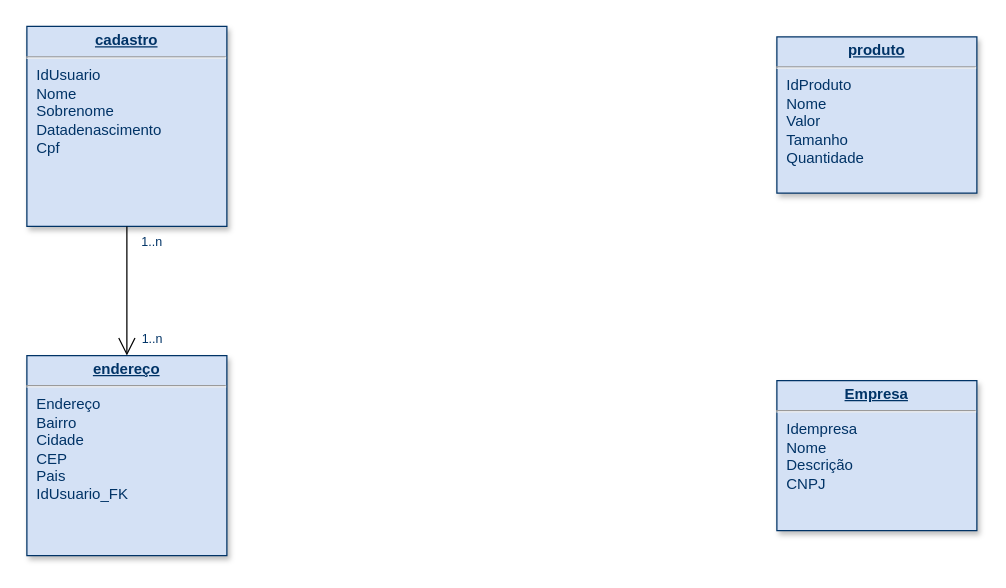
jhonatalimamacedo/supertennisbd keeps this draw.io diagram as desenho/supertennis.drawio. Above is the earlier version. Source tidied: cells renumbered, new cells numbered last; positions are measured from the earlier drawing's top-left corner, leaving out a move shared by most shapes. Both pictures are drawn from the tidied source at 125%, with x=0, y=0 at pixel (26, 26).
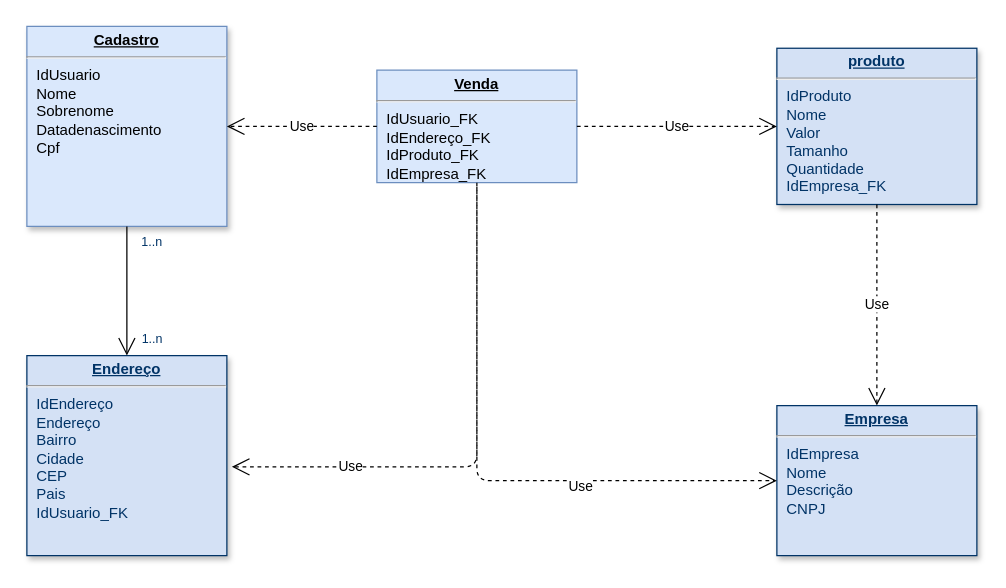
After the change.

The edit, as a diff of the source:
```diff
@@
 <mxGraphModel>
   <root>
     <mxCell id="0" />
     <mxCell id="1" parent="0" />
-    <mxCell id="2" value="&lt;p style=&quot;margin: 0px ; margin-top: 4px ; text-align: center ; text-decoration: underline&quot;&gt;&lt;b&gt;Empresa&lt;/b&gt;&lt;/p&gt;&lt;hr&gt;&lt;p style=&quot;margin: 0px ; margin-left: 8px&quot;&gt;Idempresa&lt;br&gt;Nome&lt;/p&gt;&lt;p style=&quot;margin: 0px ; margin-left: 8px&quot;&gt;Descrição&lt;/p&gt;&lt;p style=&quot;margin: 0px ; margin-left: 8px&quot;&gt;CNPJ&lt;/p&gt;" style="verticalAlign=top;align=left;overflow=fill;fontSize=12;fontFamily=Helvetica;html=1;strokeColor=#003366;shadow=1;fillColor=#D4E1F5;fontColor=#003366;" parent="1" vertex="1">
-      <mxGeometry x="600" y="283" width="160" height="120" as="geometry" />
+    <mxCell id="2" value="&lt;p style=&quot;margin: 0px ; margin-top: 4px ; text-align: center ; text-decoration: underline&quot;&gt;&lt;b&gt;Empresa&lt;/b&gt;&lt;/p&gt;&lt;hr&gt;&lt;p style=&quot;margin: 0px ; margin-left: 8px&quot;&gt;IdEmpresa&lt;br&gt;Nome&lt;/p&gt;&lt;p style=&quot;margin: 0px ; margin-left: 8px&quot;&gt;Descrição&lt;/p&gt;&lt;p style=&quot;margin: 0px ; margin-left: 8px&quot;&gt;CNPJ&lt;/p&gt;" style="verticalAlign=top;align=left;overflow=fill;fontSize=12;fontFamily=Helvetica;html=1;strokeColor=#003366;shadow=1;fillColor=#D4E1F5;fontColor=#003366;" parent="1" vertex="1">
+      <mxGeometry x="600" y="303" width="160" height="120" as="geometry" />
     </mxCell>
-    <mxCell id="3" value="&lt;p style=&quot;margin: 0px ; margin-top: 4px ; text-align: center ; text-decoration: underline&quot;&gt;&lt;strong&gt;cadastro&lt;/strong&gt;&lt;/p&gt;&lt;hr&gt;&lt;p style=&quot;margin: 0px ; margin-left: 8px&quot;&gt;IdUsuario&lt;/p&gt;&lt;p style=&quot;margin: 0px ; margin-left: 8px&quot;&gt;Nome&lt;/p&gt;&lt;p style=&quot;margin: 0px ; margin-left: 8px&quot;&gt;Sobrenome&lt;/p&gt;&lt;p style=&quot;margin: 0px ; margin-left: 8px&quot;&gt;Datadenascimento&lt;/p&gt;&lt;p style=&quot;margin: 0px ; margin-left: 8px&quot;&gt;Cpf&lt;/p&gt;&lt;p style=&quot;margin: 0px ; margin-left: 8px&quot;&gt;&lt;br&gt;&lt;/p&gt;" style="verticalAlign=top;align=left;overflow=fill;fontSize=12;fontFamily=Helvetica;html=1;strokeColor=#003366;shadow=1;fillColor=#D4E1F5;fontColor=#003366;" parent="1" vertex="1">
+    <mxCell id="3" value="&lt;p style=&quot;margin: 0px ; margin-top: 4px ; text-align: center ; text-decoration: underline&quot;&gt;&lt;strong&gt;Cadastro&lt;/strong&gt;&lt;/p&gt;&lt;hr&gt;&lt;p style=&quot;margin: 0px ; margin-left: 8px&quot;&gt;IdUsuario&lt;/p&gt;&lt;p style=&quot;margin: 0px ; margin-left: 8px&quot;&gt;Nome&lt;/p&gt;&lt;p style=&quot;margin: 0px ; margin-left: 8px&quot;&gt;Sobrenome&lt;/p&gt;&lt;p style=&quot;margin: 0px ; margin-left: 8px&quot;&gt;Datadenascimento&lt;/p&gt;&lt;p style=&quot;margin: 0px ; margin-left: 8px&quot;&gt;Cpf&lt;/p&gt;&lt;p style=&quot;margin: 0px ; margin-left: 8px&quot;&gt;&lt;br&gt;&lt;/p&gt;" style="verticalAlign=top;align=left;overflow=fill;fontSize=12;fontFamily=Helvetica;html=1;shadow=1;fillColor=#dae8fc;strokeColor=#6c8ebf;" parent="1" vertex="1">
       <mxGeometry y="-0.4" width="160" height="160" as="geometry" />
     </mxCell>
-    <mxCell id="4" value="&lt;p style=&quot;margin: 0px ; margin-top: 4px ; text-align: center ; text-decoration: underline&quot;&gt;&lt;b&gt;produto&lt;/b&gt;&lt;/p&gt;&lt;hr&gt;&lt;p style=&quot;margin: 0px ; margin-left: 8px&quot;&gt;IdProduto&lt;/p&gt;&lt;p style=&quot;margin: 0px ; margin-left: 8px&quot;&gt;Nome&lt;/p&gt;&lt;p style=&quot;margin: 0px ; margin-left: 8px&quot;&gt;Valor&lt;/p&gt;&lt;p style=&quot;margin: 0px ; margin-left: 8px&quot;&gt;Tamanho&lt;/p&gt;&lt;p style=&quot;margin: 0px ; margin-left: 8px&quot;&gt;Quantidade&lt;/p&gt;" style="verticalAlign=top;align=left;overflow=fill;fontSize=12;fontFamily=Helvetica;html=1;strokeColor=#003366;shadow=1;fillColor=#D4E1F5;fontColor=#003366;" parent="1" vertex="1">
-      <mxGeometry x="600" y="8" width="160" height="125" as="geometry" />
+    <mxCell id="4" value="&lt;p style=&quot;margin: 0px ; margin-top: 4px ; text-align: center ; text-decoration: underline&quot;&gt;&lt;b&gt;produto&lt;/b&gt;&lt;/p&gt;&lt;hr&gt;&lt;p style=&quot;margin: 0px ; margin-left: 8px&quot;&gt;IdProduto&lt;/p&gt;&lt;p style=&quot;margin: 0px ; margin-left: 8px&quot;&gt;Nome&lt;/p&gt;&lt;p style=&quot;margin: 0px ; margin-left: 8px&quot;&gt;Valor&lt;/p&gt;&lt;p style=&quot;margin: 0px ; margin-left: 8px&quot;&gt;Tamanho&lt;/p&gt;&lt;p style=&quot;margin: 0px ; margin-left: 8px&quot;&gt;Quantidade&lt;/p&gt;&lt;p style=&quot;margin: 0px ; margin-left: 8px&quot;&gt;IdEmpresa_FK&lt;/p&gt;" style="verticalAlign=top;align=left;overflow=fill;fontSize=12;fontFamily=Helvetica;html=1;strokeColor=#003366;shadow=1;fillColor=#D4E1F5;fontColor=#003366;" parent="1" vertex="1">
+      <mxGeometry x="600" y="17.1" width="160" height="125" as="geometry" />
     </mxCell>
-    <mxCell id="5" value="&lt;p style=&quot;margin: 0px ; margin-top: 4px ; text-align: center ; text-decoration: underline&quot;&gt;&lt;b&gt;endereço&lt;/b&gt;&lt;/p&gt;&lt;hr&gt;&lt;p style=&quot;margin: 0px ; margin-left: 8px&quot;&gt;Endereço&lt;/p&gt;&lt;p style=&quot;margin: 0px ; margin-left: 8px&quot;&gt;Bairro&lt;/p&gt;&lt;p style=&quot;margin: 0px ; margin-left: 8px&quot;&gt;Cidade&lt;/p&gt;&lt;p style=&quot;margin: 0px ; margin-left: 8px&quot;&gt;CEP&lt;/p&gt;&lt;p style=&quot;margin: 0px ; margin-left: 8px&quot;&gt;Pais&lt;/p&gt;&lt;p style=&quot;margin: 0px ; margin-left: 8px&quot;&gt;IdUsuario_FK&lt;/p&gt;&lt;p style=&quot;margin: 0px ; margin-left: 8px&quot;&gt;&lt;br&gt;&lt;/p&gt;" style="verticalAlign=top;align=left;overflow=fill;fontSize=12;fontFamily=Helvetica;html=1;strokeColor=#003366;shadow=1;fillColor=#D4E1F5;fontColor=#003366;" parent="1" vertex="1">
+    <mxCell id="5" value="&lt;p style=&quot;margin: 0px ; margin-top: 4px ; text-align: center ; text-decoration: underline&quot;&gt;&lt;b&gt;Endereço&lt;/b&gt;&lt;/p&gt;&lt;hr&gt;&lt;p style=&quot;margin: 0px ; margin-left: 8px&quot;&gt;IdEndereço&lt;/p&gt;&lt;p style=&quot;margin: 0px ; margin-left: 8px&quot;&gt;Endereço&lt;/p&gt;&lt;p style=&quot;margin: 0px ; margin-left: 8px&quot;&gt;Bairro&lt;/p&gt;&lt;p style=&quot;margin: 0px ; margin-left: 8px&quot;&gt;Cidade&lt;/p&gt;&lt;p style=&quot;margin: 0px ; margin-left: 8px&quot;&gt;CEP&lt;/p&gt;&lt;p style=&quot;margin: 0px ; margin-left: 8px&quot;&gt;Pais&lt;/p&gt;&lt;p style=&quot;margin: 0px ; margin-left: 8px&quot;&gt;IdUsuario_FK&lt;/p&gt;&lt;p style=&quot;margin: 0px ; margin-left: 8px&quot;&gt;&lt;br&gt;&lt;/p&gt;" style="verticalAlign=top;align=left;overflow=fill;fontSize=12;fontFamily=Helvetica;html=1;strokeColor=#003366;shadow=1;fillColor=#D4E1F5;fontColor=#003366;" parent="1" vertex="1">
       <mxGeometry y="263" width="160" height="160" as="geometry" />
     </mxCell>
     <mxCell id="6" style="endArrow=open;endSize=12;startArrow=none;startSize=14;startFill=0;edgeStyle=orthogonalEdgeStyle;rounded=0;jumpStyle=none;" parent="1" edge="1" source="3" target="5">
       <mxGeometry x="620" y="340" as="geometry" />
     </mxCell>
     <mxCell id="7" value="1..n" style="align=left;verticalAlign=top;labelBackgroundColor=#ffffff;fontSize=10;strokeColor=#003366;shadow=1;fillColor=#D4E1F5;fontColor=#003366;" parent="6" vertex="1">
       <mxGeometry x="-1" relative="1" as="geometry">
         <mxPoint x="10" as="offset" />
       </mxGeometry>
     </mxCell>
     <mxCell id="8" value="1..n" style="align=right;verticalAlign=top;labelBackgroundColor=#ffffff;fontSize=10;strokeColor=#003366;shadow=1;fillColor=#D4E1F5;fontColor=#003366;" parent="6" vertex="1">
       <mxGeometry x="1" relative="1" as="geometry">
         <mxPoint x="30" y="-25" as="offset" />
       </mxGeometry>
     </mxCell>
+    <mxCell id="9" value="&lt;p style=&quot;margin: 0px ; margin-top: 4px ; text-align: center ; text-decoration: underline&quot;&gt;&lt;b&gt;Venda&lt;/b&gt;&lt;/p&gt;&lt;hr&gt;&lt;p style=&quot;margin: 0px ; margin-left: 8px&quot;&gt;IdUsuario_FK&lt;/p&gt;&lt;p style=&quot;margin: 0px ; margin-left: 8px&quot;&gt;IdEndereço_FK&lt;/p&gt;&lt;p style=&quot;margin: 0px ; margin-left: 8px&quot;&gt;IdProduto_FK&lt;/p&gt;&lt;p style=&quot;margin: 0px ; margin-left: 8px&quot;&gt;IdEmpresa_FK&lt;/p&gt;" style="verticalAlign=top;align=left;overflow=fill;fontSize=12;fontFamily=Helvetica;html=1;fillColor=#dae8fc;strokeColor=#6c8ebf;rounded=0;sketch=0;glass=0;" parent="1" vertex="1">
+      <mxGeometry x="280" y="34.6" width="160" height="90" as="geometry" />
+    </mxCell>
+    <mxCell id="10" value="Use" style="endArrow=open;endSize=12;dashed=1;html=1;exitX=0;exitY=0.5;exitDx=0;exitDy=0;entryX=1;entryY=0.5;entryDx=0;entryDy=0;" parent="1" edge="1" source="9" target="3">
+      <mxGeometry relative="1" as="geometry" />
+    </mxCell>
+    <mxCell id="11" value="Use" style="endArrow=open;endSize=12;dashed=1;html=1;exitX=1;exitY=0.5;exitDx=0;exitDy=0;entryX=0;entryY=0.5;entryDx=0;entryDy=0;" parent="1" edge="1" source="9" target="4">
+      <mxGeometry relative="1" as="geometry" />
+    </mxCell>
+    <mxCell id="12" value="Use" style="endArrow=open;endSize=12;dashed=1;html=1;exitX=0.5;exitY=1;exitDx=0;exitDy=0;entryX=0.5;entryY=0;entryDx=0;entryDy=0;" parent="1" edge="1" source="4" target="2">
+      <mxGeometry relative="1" as="geometry" />
+    </mxCell>
+    <mxCell id="13" value="Use" style="endArrow=open;endSize=12;dashed=1;html=1;exitX=0.5;exitY=1;exitDx=0;exitDy=0;entryX=1.025;entryY=0.556;entryDx=0;entryDy=0;entryPerimeter=0;" parent="1" edge="1" source="9" target="5">
+      <mxGeometry x="0.55" relative="1" as="geometry">
+        <Array as="points">
+          <mxPoint x="360" y="352" />
+        </Array>
+      </mxGeometry>
+    </mxCell>
+    <mxCell id="14" value="Use" style="endArrow=open;endSize=12;dashed=1;html=1;entryX=0;entryY=0.5;entryDx=0;entryDy=0;" parent="1" edge="1" target="2">
+      <mxGeometry x="0.34" y="-5" relative="1" as="geometry">
+        <mxPoint x="360" y="128" as="sourcePoint" />
+        <Array as="points">
+          <mxPoint x="360" y="363" />
+        </Array>
+      </mxGeometry>
+    </mxCell>
   </root>
 </mxGraphModel>
```
